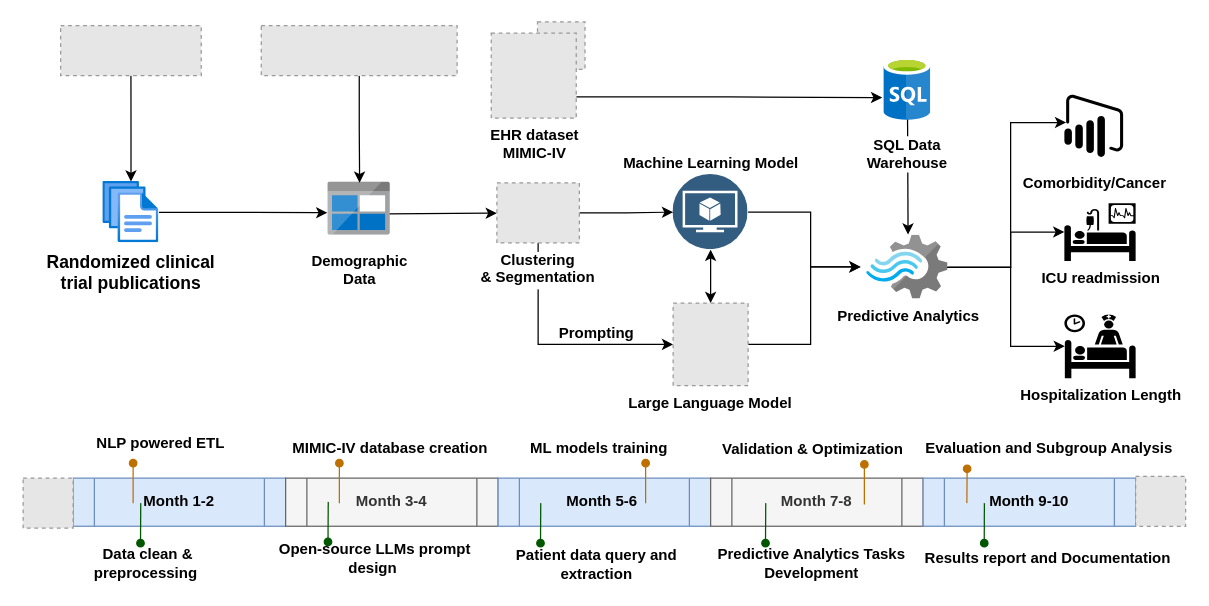
Before: Untitled Diagram.drawio in profliuhao/drawio, a draw.io diagram. Source tidied: cells renumbered, new cells numbered last; positions are measured from the earlier drawing's top-left corner, leaving out a move shared by most shapes. Both pictures are drawn from the tidied source at 125%, with x=0, y=0 at pixel (22, 21). Pictures stored in the file or linked from it are replaced by grey dashed boxes.
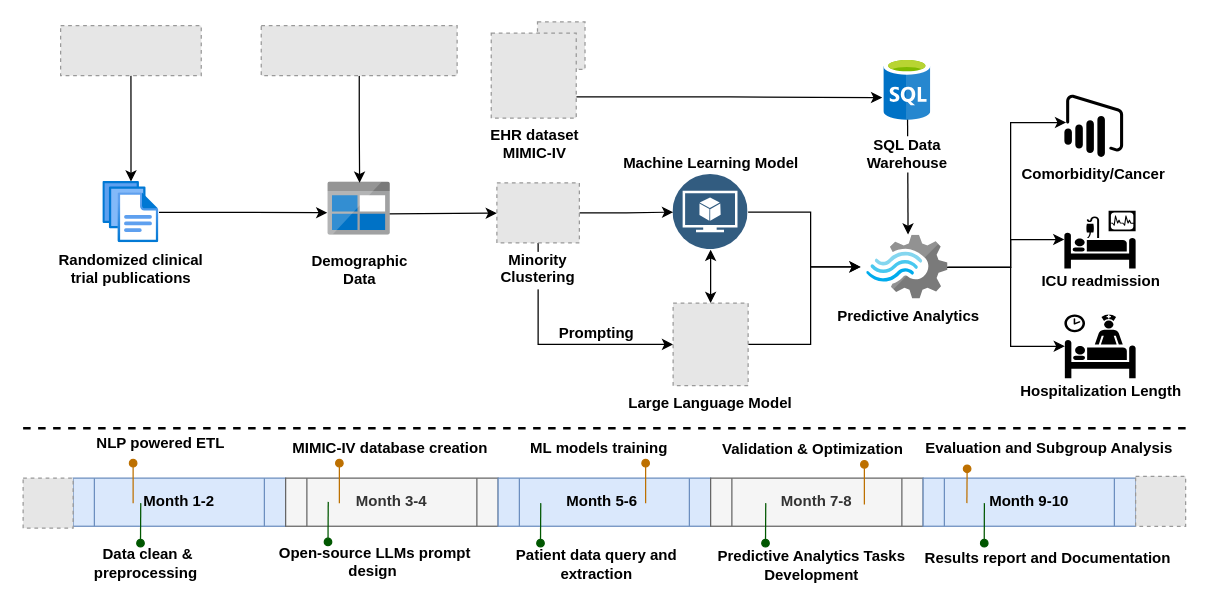
The same page after the edit.

Unchanged cells that the change refers to:
```xml
<mxCell id="22" value="Predictive Analytics" style="html=1;perimeter=none;align=center;shadow=0;dashed=0;image;fontSize=12;image=img/lib/mscae/Stream_Analytics.svg;labelBackgroundColor=#ffffff;fillColor=#4D9900;fontStyle=1;" parent="1" vertex="1">
  <mxGeometry x="675" y="170.8" width="65" height="51" as="geometry" />
</mxCell>
```

Diff of the diagram source:
```diff
@@
-    <mxCell id="7" value="Comorbidity/Cancer" style="shadow=0;dashed=0;html=1;strokeColor=none;labelPosition=center;verticalLabelPosition=bottom;verticalAlign=top;align=center;shape=mxgraph.mscae.cloud.power_bi_embedded;fillColor=#000000;labelBackgroundColor=#ffffff;spacingTop=7;fontStyle=1;" parent="1" vertex="1">
+    <mxCell id="7" value="Comorbidity/Cancer" style="shadow=0;dashed=0;strokeColor=none;labelPosition=center;verticalLabelPosition=bottom;verticalAlign=top;align=center;shape=mxgraph.mscae.cloud.power_bi_embedded;fillColor=#000000;labelBackgroundColor=#ffffff;spacingTop=0;fontStyle=1;" parent="1" vertex="1">
       <mxGeometry x="833" y="58" width="47" height="50" as="geometry" />
     </mxCell>
@@
-    <mxCell id="13" value="&lt;font style=&quot;font-size: 14px&quot;&gt;Randomized clinical &lt;br&gt;trial publications&lt;/font&gt;" style="html=1;points=[];align=center;image;fontSize=12;image=img/lib/azure2/general/Files.svg;fontStyle=1;" parent="1" vertex="1">
+    <mxCell id="13" value="&lt;font style=&quot;font-size: 12px;&quot;&gt;Randomized clinical &lt;br&gt;trial publications&lt;/font&gt;" style="html=1;points=[];align=center;image;fontSize=12;image=img/lib/azure2/general/Files.svg;fontStyle=1;" parent="1" vertex="1">
       <mxGeometry x="63.9" y="127.8" width="44.8" height="49" as="geometry" />
     </mxCell>
@@
-    <mxCell id="20" value="Clustering &#10;&amp; Segmentation" style="fillColor=#E6E6E6;strokeColor=#999999;dashed=1;verticalLabelPosition=bottom;labelBackgroundColor=#ffffff;verticalAlign=top;fontStyle=1;" parent="1" vertex="1">
+    <mxCell id="20" value="Minority &#10;Clustering" style="fillColor=#E6E6E6;strokeColor=#999999;dashed=1;verticalLabelPosition=bottom;labelBackgroundColor=#ffffff;verticalAlign=top;fontStyle=1;" parent="1" vertex="1">
       <mxGeometry x="379" y="128.8" width="66" height="48" as="geometry" />
     </mxCell>
     <mxCell id="21" style="edgeStyle=orthogonalEdgeStyle;rounded=0;jettySize=auto;html=1;entryX=0;entryY=0.5;entryDx=0;entryDy=0;entryPerimeter=0;exitX=0.987;exitY=0.5;exitDx=0;exitDy=0;exitPerimeter=0;fontStyle=1;" parent="1" edge="1" source="22" target="27">
       <mxGeometry relative="1" as="geometry">
         <Array as="points">
           <mxPoint x="790" y="196" />
-          <mxPoint x="790" y="168" />
+          <mxPoint x="790" y="174" />
         </Array>
       </mxGeometry>
     </mxCell>
@@
-    <mxCell id="27" value="ICU readmission" style="shape=mxgraph.signs.healthcare.intensive_care;html=1;fillColor=#000000;strokeColor=none;verticalLabelPosition=bottom;verticalAlign=top;align=center;fontStyle=1;" parent="1" vertex="1">
-      <mxGeometry x="833" y="145" width="57" height="46.2" as="geometry" />
+    <mxCell id="27" value="ICU readmission" style="shape=mxgraph.signs.healthcare.intensive_care;html=1;fillColor=#000000;strokeColor=none;verticalLabelPosition=bottom;verticalAlign=top;align=center;fontStyle=1;spacingTop=-3;" parent="1" vertex="1">
+      <mxGeometry x="833" y="151" width="57" height="46.2" as="geometry" />
     </mxCell>
-    <mxCell id="28" value="Hospitalization Length" style="shape=mxgraph.signs.healthcare.inpatient;html=1;fillColor=#000000;strokeColor=none;verticalLabelPosition=bottom;verticalAlign=top;align=center;fontStyle=1;" parent="1" vertex="1">
+    <mxCell id="28" value="Hospitalization Length" style="shape=mxgraph.signs.healthcare.inpatient;html=1;fillColor=#000000;strokeColor=none;verticalLabelPosition=bottom;verticalAlign=top;align=center;fontStyle=1;spacingTop=-3;" parent="1" vertex="1">
       <mxGeometry x="833" y="234" width="57" height="51" as="geometry" />
     </mxCell>
@@
     <mxCell id="41" value="&amp;nbsp;Open-source LLMs prompt design" style="text;strokeColor=none;align=center;fillColor=none;html=1;verticalAlign=middle;whiteSpace=wrap;rounded=0;fontStyle=1;" parent="1" vertex="1">
-      <mxGeometry x="200" y="414" width="160" height="30" as="geometry" />
+      <mxGeometry x="200" y="417" width="160" height="30" as="geometry" />
     </mxCell>
@@
     <mxCell id="43" value="Predictive Analytics Tasks Development" style="text;strokeColor=none;align=center;fillColor=none;html=1;verticalAlign=middle;whiteSpace=wrap;rounded=0;fontStyle=1;" parent="1" vertex="1">
-      <mxGeometry x="551" y="418" width="160" height="30" as="geometry" />
+      <mxGeometry x="551" y="420" width="160" height="30" as="geometry" />
     </mxCell>
@@
+    <mxCell id="58" style="endArrow=none;dashed=1;html=1;rounded=0;strokeWidth=2;" parent="1" edge="1">
+      <mxGeometry relative="1" as="geometry">
+        <mxPoint y="325" as="sourcePoint" />
+        <mxPoint x="930" y="325" as="targetPoint" />
+      </mxGeometry>
+    </mxCell>
```
